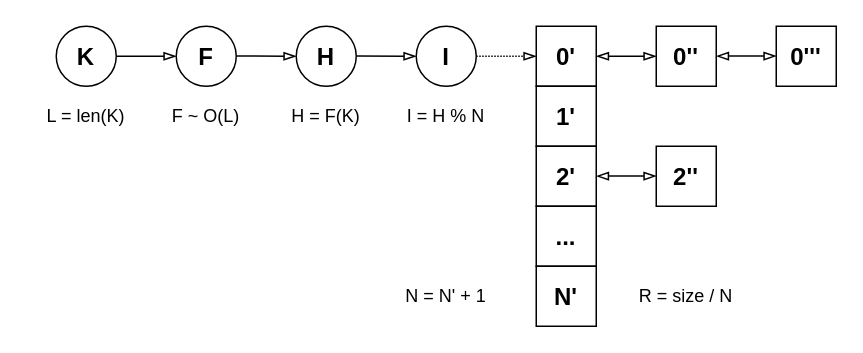
Above: projects/examples/source/10.42.drawio in i-s-m-mipt/Education (draw.io), before the change. Source tidied: cells renumbered, new cells numbered last; positions are measured from the earlier drawing's top-left corner, leaving out a move shared by most shapes. Both pictures are drawn from the tidied source at 150%, with x=0, y=0 at pixel (26, 26).
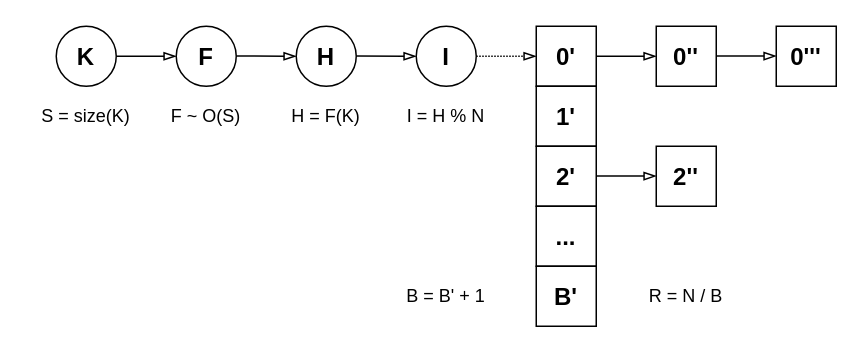
The same diagram, later.

Unchanged cells that the change refers to:
```xml
<mxCell id="6" value="&lt;font style=&quot;font-size: 16px;&quot;&gt;&lt;b style=&quot;&quot;&gt;0'&lt;/b&gt;&lt;/font&gt;" style="rounded=0;whiteSpace=wrap;html=1;fillColor=none;fontFamily=Helvetica;" parent="1" vertex="1">
  <mxGeometry x="340" width="40" height="40" as="geometry" />
</mxCell>
<mxCell id="11" value="&lt;b style=&quot;font-size: 16px;&quot;&gt;0''&lt;/b&gt;" style="rounded=0;whiteSpace=wrap;html=1;fillColor=none;fontFamily=Helvetica;" parent="1" vertex="1">
  <mxGeometry x="420" width="40" height="40" as="geometry" />
</mxCell>
```

What changed in the source:
```diff
@@
-    <mxCell id="14" style="endArrow=blockThin;html=1;rounded=0;exitX=0;exitY=0.5;exitDx=0;exitDy=0;endFill=0;entryX=1;entryY=0.5;entryDx=0;entryDy=0;startArrow=blockThin;startFill=0;fontFamily=Helvetica;" parent="1" edge="1" source="11" target="6">
-      <mxGeometry relative="1" as="geometry" />
+    <mxCell id="14" style="endArrow=none;html=1;rounded=0;exitX=0;exitY=0.5;exitDx=0;exitDy=0;endFill=0;entryX=1;entryY=0.5;entryDx=0;entryDy=0;startArrow=blockThin;startFill=0;fontFamily=Helvetica;" parent="1" edge="1" source="11" target="6">
+      <mxGeometry relative="1" as="geometry">
+        <Array as="points">
+          <mxPoint x="400" y="20" />
+        </Array>
+      </mxGeometry>
     </mxCell>
-    <mxCell id="15" style="endArrow=blockThin;html=1;rounded=0;exitX=0;exitY=0.5;exitDx=0;exitDy=0;endFill=0;entryX=1;entryY=0.5;entryDx=0;entryDy=0;startArrow=blockThin;startFill=0;fontFamily=Helvetica;" parent="1" edge="1">
+    <mxCell id="15" style="endArrow=none;html=1;rounded=0;exitX=0;exitY=0.5;exitDx=0;exitDy=0;endFill=0;entryX=1;entryY=0.5;entryDx=0;entryDy=0;startArrow=blockThin;startFill=0;fontFamily=Helvetica;" parent="1" edge="1">
       <mxGeometry relative="1" as="geometry">
         <mxPoint x="500" y="19.9" as="sourcePoint" />
         <mxPoint x="460" y="19.9" as="targetPoint" />
       </mxGeometry>
     </mxCell>
-    <mxCell id="16" style="endArrow=blockThin;html=1;rounded=0;exitX=0;exitY=0.5;exitDx=0;exitDy=0;endFill=0;entryX=1;entryY=0.5;entryDx=0;entryDy=0;startArrow=blockThin;startFill=0;fontFamily=Helvetica;" parent="1" edge="1">
+    <mxCell id="16" style="endArrow=none;html=1;rounded=0;exitX=0;exitY=0.5;exitDx=0;exitDy=0;endFill=0;entryX=1;entryY=0.5;entryDx=0;entryDy=0;startArrow=blockThin;startFill=0;fontFamily=Helvetica;" parent="1" edge="1">
       <mxGeometry relative="1" as="geometry">
         <mxPoint x="420" y="99.9" as="sourcePoint" />
         <mxPoint x="380" y="99.9" as="targetPoint" />
       </mxGeometry>
     </mxCell>
-    <mxCell id="17" value="&lt;font&gt;H = F(K)&lt;/font&gt;" style="text;html=1;strokeColor=none;fillColor=none;align=center;verticalAlign=middle;whiteSpace=wrap;rounded=0;fontFamily=Helvetica;" parent="1" vertex="1">
+    <mxCell id="17" value="&lt;font&gt;H = F(K)&lt;/font&gt;" style="text;html=1;strokeColor=none;fillColor=none;align=center;verticalAlign=middle;whiteSpace=wrap;rounded=0;fontFamily=Helvetica;fontSize=12;" parent="1" vertex="1">
       <mxGeometry x="160" y="40" width="80" height="40" as="geometry" />
     </mxCell>
@@
-    <mxCell id="19" value="&lt;b&gt;&lt;font style=&quot;font-size: 16px;&quot;&gt;N'&lt;/font&gt;&lt;/b&gt;" style="rounded=0;whiteSpace=wrap;html=1;" parent="1" vertex="1">
+    <mxCell id="19" value="&lt;b&gt;&lt;font style=&quot;font-size: 16px;&quot;&gt;B'&lt;/font&gt;&lt;/b&gt;" style="rounded=0;whiteSpace=wrap;html=1;" parent="1" vertex="1">
       <mxGeometry x="340" y="160" width="40" height="40" as="geometry" />
     </mxCell>
-    <mxCell id="20" value="&lt;span style=&quot;text-align: right; background-color: transparent; color: light-dark(rgb(0, 0, 0), rgb(255, 255, 255));&quot;&gt;R = size / N&lt;/span&gt;" style="text;html=1;align=center;verticalAlign=middle;whiteSpace=wrap;rounded=0;" parent="1" vertex="1">
+    <mxCell id="20" value="&lt;span style=&quot;text-align: right; background-color: transparent; color: light-dark(rgb(0, 0, 0), rgb(255, 255, 255));&quot;&gt;R = N / B&lt;/span&gt;" style="text;html=1;align=center;verticalAlign=middle;whiteSpace=wrap;rounded=0;" parent="1" vertex="1">
       <mxGeometry x="400" y="160" width="80" height="40" as="geometry" />
     </mxCell>
-    <mxCell id="21" value="&lt;span style=&quot;text-align: right;&quot;&gt;I = H % N&lt;/span&gt;" style="text;html=1;align=center;verticalAlign=middle;whiteSpace=wrap;rounded=0;" parent="1" vertex="1">
+    <mxCell id="21" value="&lt;span style=&quot;text-align: right;&quot;&gt;&lt;font&gt;I = H % N&lt;/font&gt;&lt;/span&gt;" style="text;html=1;align=center;verticalAlign=middle;whiteSpace=wrap;rounded=0;fontSize=12;" parent="1" vertex="1">
       <mxGeometry x="240" y="40" width="80" height="40" as="geometry" />
     </mxCell>
-    <mxCell id="22" value="&lt;font&gt;F ~ O(L)&lt;/font&gt;" style="text;html=1;strokeColor=none;fillColor=none;align=center;verticalAlign=middle;whiteSpace=wrap;rounded=0;fontFamily=Helvetica;" parent="1" vertex="1">
+    <mxCell id="22" value="&lt;font&gt;F ~ O(S)&lt;/font&gt;" style="text;html=1;strokeColor=none;fillColor=none;align=center;verticalAlign=middle;whiteSpace=wrap;rounded=0;fontFamily=Helvetica;fontSize=12;" parent="1" vertex="1">
       <mxGeometry x="80" y="40" width="80" height="40" as="geometry" />
     </mxCell>
-    <mxCell id="23" value="&lt;font&gt;L = len(K)&lt;/font&gt;" style="text;html=1;strokeColor=none;fillColor=none;align=center;verticalAlign=middle;whiteSpace=wrap;rounded=0;fontFamily=Helvetica;" parent="1" vertex="1">
+    <mxCell id="23" value="&lt;font&gt;S = size(K)&lt;/font&gt;" style="text;html=1;strokeColor=none;fillColor=none;align=center;verticalAlign=middle;whiteSpace=wrap;rounded=0;fontFamily=Helvetica;fontSize=12;" parent="1" vertex="1">
       <mxGeometry y="40" width="80" height="40" as="geometry" />
     </mxCell>
@@
-    <mxCell id="28" value="&lt;span style=&quot;text-align: right;&quot;&gt;N = N' + 1&lt;/span&gt;" style="text;html=1;align=center;verticalAlign=middle;whiteSpace=wrap;rounded=0;" parent="1" vertex="1">
+    <mxCell id="28" value="&lt;span style=&quot;text-align: right;&quot;&gt;&lt;font&gt;B = B' + 1&lt;/font&gt;&lt;/span&gt;" style="text;html=1;align=center;verticalAlign=middle;whiteSpace=wrap;rounded=0;fontSize=12;" parent="1" vertex="1">
       <mxGeometry x="240" y="160" width="80" height="40" as="geometry" />
     </mxCell>
```
